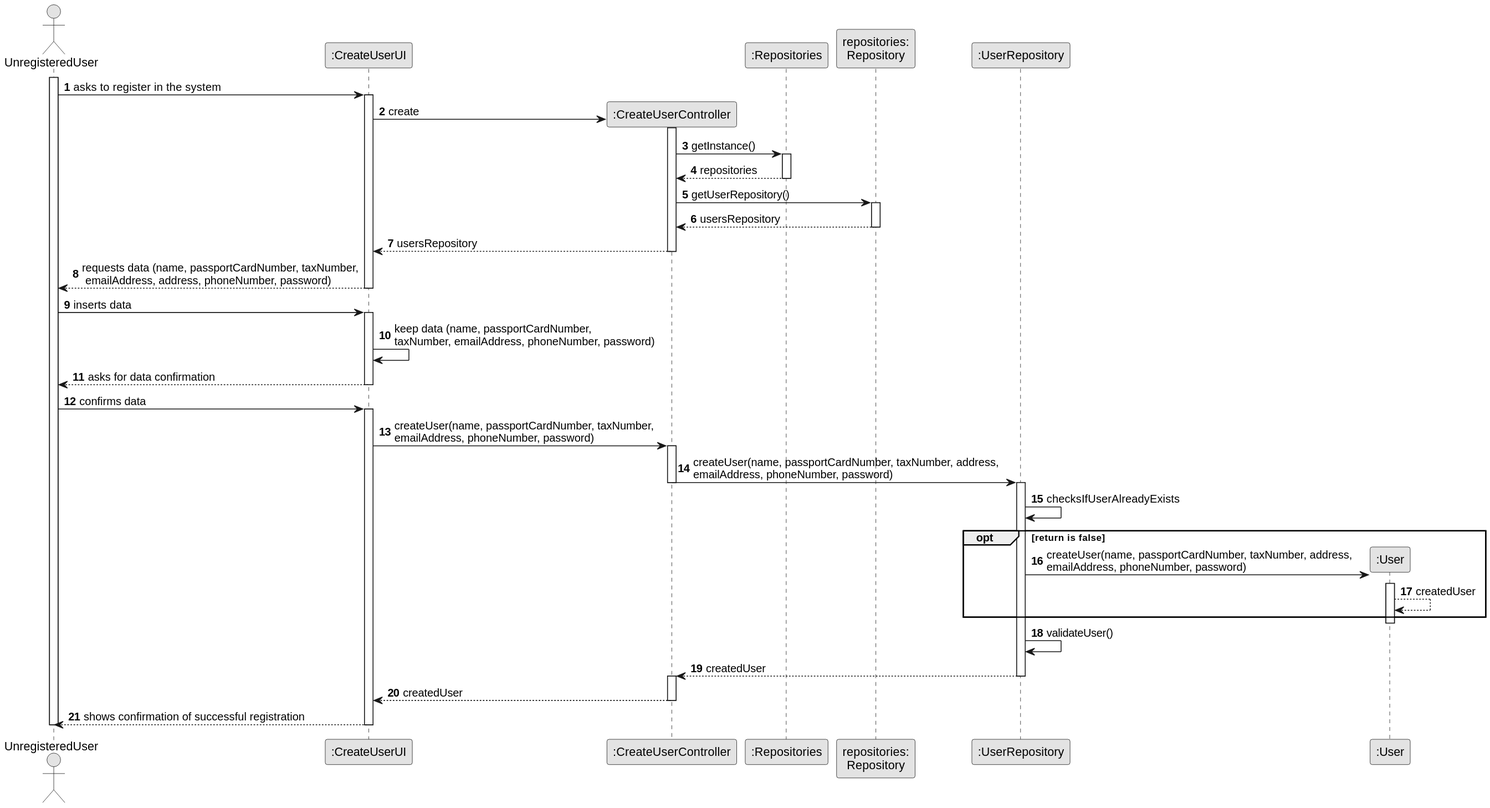
The PlantUML diagram docs/sprintB/us007/03.design/svg/us007-sequence-diagram-full.svg in 1220812/LAPR2, before a commit. The source it was exported from:
```plantuml
@startuml
skinparam monochrome true
skinparam packageStyle rectangle
skinparam shadowing false

autonumber

actor "UnregisteredUser" as UU
participant ":CreateUserUI" as UI
participant ":CreateUserController" as CTRL
participant ":Repositories" as R
participant "repositories:\nRepository" as RR
participant ":UserRepository" as UR
participant ":User" as user

activate UU

        UU -> UI : asks to register in the system

        activate UI

        UI -> CTRL** : create


        activate CTRL

        CTRL -> R : getInstance()

        activate R

        R --> CTRL : repositories
        deactivate R

        CTRL -> RR : getUserRepository()
        activate RR

        RR --> CTRL : usersRepository

        deactivate RR

        CTRL --> UI : usersRepository
        deactivate CTRL

            UI --> UU : requests data (name, passportCardNumber, taxNumber,\n emailAddress, address, phoneNumber, password)

    deactivate UI
    UU -> UI : inserts data
    activate UI

    UI -> UI : keep data (name, passportCardNumber, \ntaxNumber, emailAddress, phoneNumber, password)

    UI --> UU : asks for data confirmation
    deactivate UI
    UU -> UI : confirms data

    activate UI

    UI -> CTRL : createUser(name, passportCardNumber, taxNumber, \nemailAddress, phoneNumber, password)

    activate CTRL

    CTRL -> UR : createUser(name, passportCardNumber, taxNumber, address, \nemailAddress, phoneNumber, password)
    deactivate CTRL
    activate UR
    UR -> UR : checksIfUserAlreadyExists

    opt return is false

    UR -> user ** : createUser(name, passportCardNumber, taxNumber, address, \nemailAddress, phoneNumber, password)
    activate user
    user --> user : createdUser

    end
    deactivate user
    UR-> UR : validateUser()
    UR --> CTRL : createdUser
    deactivate UR
    activate CTRL

    CTRL --> UI : createdUser

    deactivate CTRL

    deactivate R
        UI --> UU : shows confirmation of successful registration
        deactivate CTRL
    deactivate UI

deactivate UU
@enduml
```
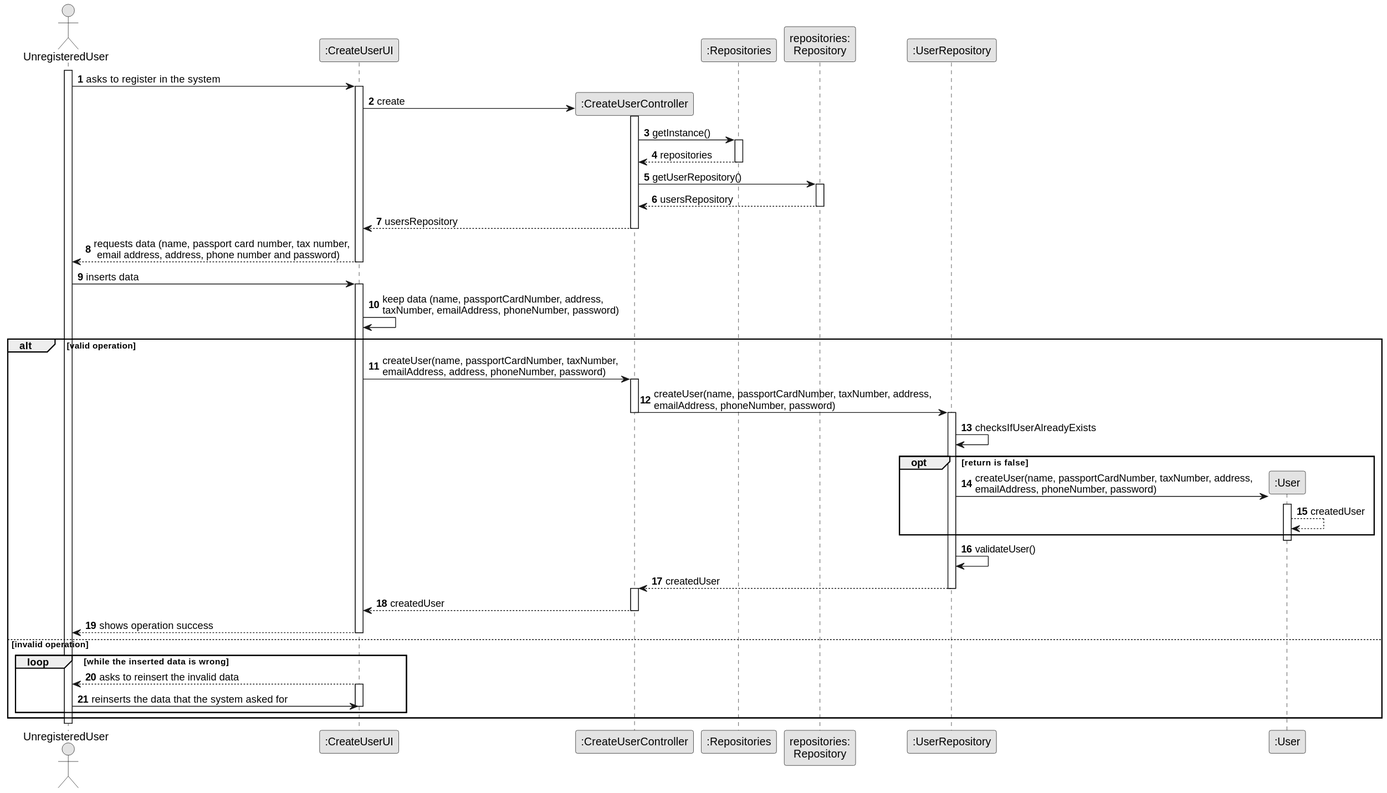
Above is the later version.

Change to the diagram source:
```diff
@@ -41,21 +41,18 @@
         CTRL --> UI : usersRepository
         deactivate CTRL
 
-            UI --> UU : requests data (name, passportCardNumber, taxNumber,\n emailAddress, address, phoneNumber, password)
+            UI --> UU : requests data (name, passport card number, tax number,\n email address, address, phone number and password)
 
     deactivate UI
     UU -> UI : inserts data
     activate UI
 
-    UI -> UI : keep data (name, passportCardNumber, \ntaxNumber, emailAddress, phoneNumber, password)
+    UI -> UI : keep data (name, passportCardNumber, address, \ntaxNumber, emailAddress, phoneNumber, password)
 
-    UI --> UU : asks for data confirmation
-    deactivate UI
-    UU -> UI : confirms data
+    alt valid operation
 
-    activate UI
 
-    UI -> CTRL : createUser(name, passportCardNumber, taxNumber, \nemailAddress, phoneNumber, password)
+    UI -> CTRL : createUser(name, passportCardNumber, taxNumber, \nemailAddress, address, phoneNumber, password)
 
     activate CTRL
 
@@ -66,7 +63,7 @@
 
     opt return is false
 
-    UR -> user ** : createUser(name, passportCardNumber, taxNumber, address, \nemailAddress, phoneNumber, password)
+    UR -> user** : createUser(name, passportCardNumber, taxNumber, address, \nemailAddress, phoneNumber, password)
     activate user
     user --> user : createdUser
 
@@ -82,9 +79,21 @@
     deactivate CTRL
 
     deactivate R
-        UI --> UU : shows confirmation of successful registration
+        UI --> UU : shows operation success
         deactivate CTRL
     deactivate UI
 
+else invalid operation
+loop while the inserted data is wrong
+
+UI --> UU : asks to reinsert the invalid data
+activate UI
+
+UU -> UI : reinserts the data that the system asked for
+deactivate UI
+
+end
+
+end
 deactivate UU
 @enduml
```
